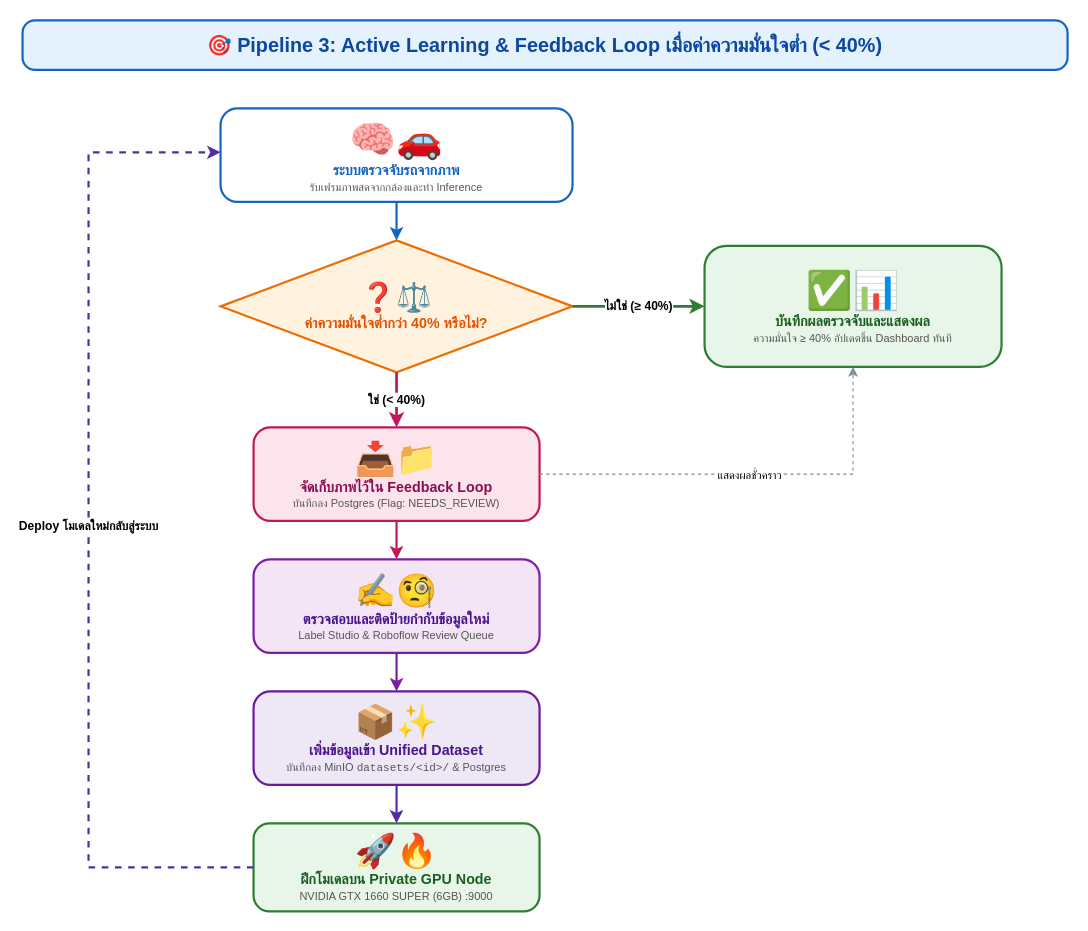
price-of-sungkhanakharin/mini-pro-eco keeps this draw.io diagram as page "4. Active Learning & Feedback Loop" (4 of 7) of diagrams/overviews.drawio. Above is the earlier version. Source tidied: cells renumbered, new cells numbered last; positions are measured from the earlier drawing's top-left corner, leaving out a move shared by most shapes. Both pictures are drawn from the tidied source at 110%, with x=0, y=0 at pixel (22, 20).
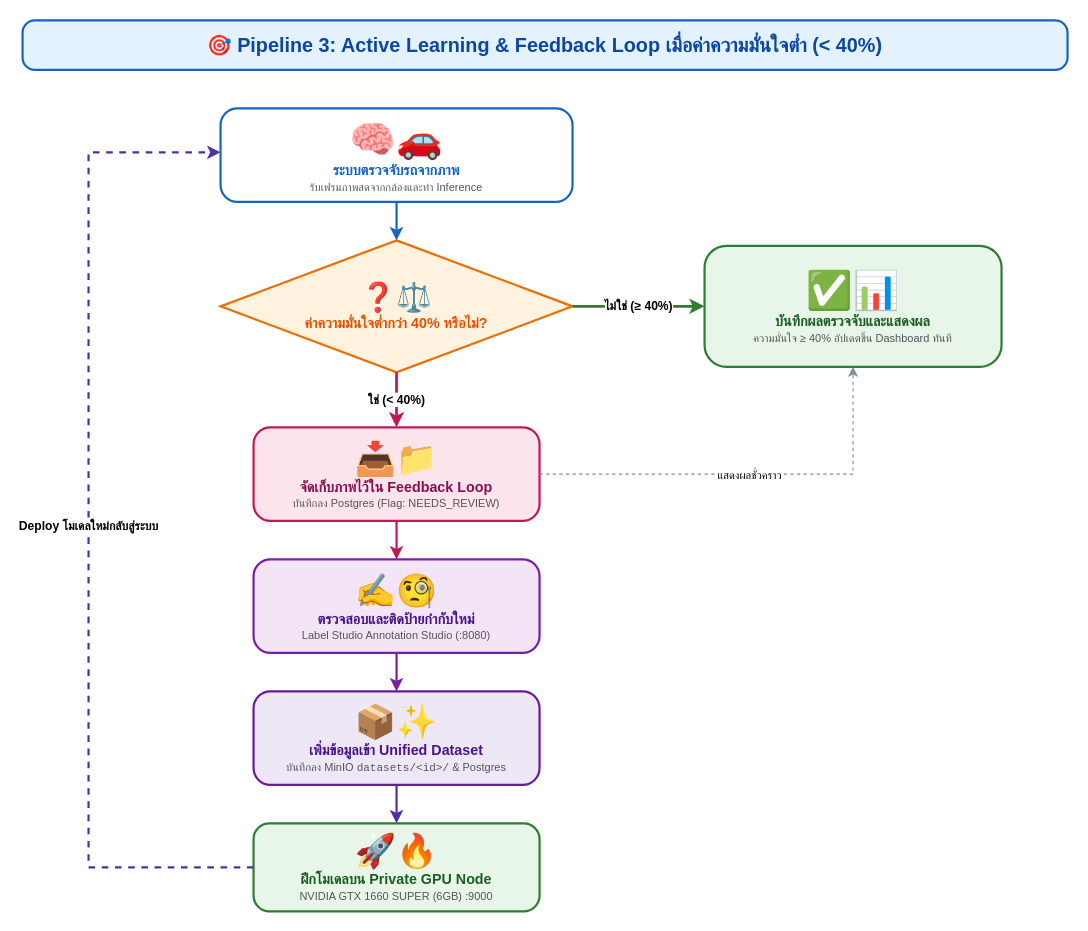
Above is the later version.

Commit message (it also covers changes not shown here):
docs(diagrams): update overviews.drawio to accurately reflect real architecture (Private GPU node, YOLO, dotBlue AI LLM, Label Studio on-prem)

Diff of the diagram source:
```diff
@@
-    <mxCell id="7" value="&lt;div style='text-align:center;'&gt;&lt;span style='font-size:30px;'&gt;✍️🧐&lt;/span&gt;&lt;br/&gt;&lt;b style='font-size:13px;color:#4A148C;'&gt;ตรวจสอบและติดป้ายกำกับข้อมูลใหม่&lt;/b&gt;&lt;br/&gt;&lt;span style='font-size:10px;color:#555;'&gt;Label Studio &amp; Roboflow Review Queue&lt;/span&gt;&lt;/div&gt;" style="rounded=1;whiteSpace=wrap;html=1;fillColor=#F3E5F5;strokeColor=#7B1FA2;strokeWidth=2;arcSize=18;" parent="1" vertex="1">
+    <mxCell id="7" value="&lt;div style='text-align:center;'&gt;&lt;span style='font-size:30px;'&gt;✍️🧐&lt;/span&gt;&lt;br/&gt;&lt;b style='font-size:13px;color:#4A148C;'&gt;ตรวจสอบและติดป้ายกำกับใหม่&lt;/b&gt;&lt;br/&gt;&lt;span style='font-size:10px;color:#555;'&gt;Label Studio Annotation Studio (:8080)&lt;/span&gt;&lt;/div&gt;" style="rounded=1;whiteSpace=wrap;html=1;fillColor=#F3E5F5;strokeColor=#7B1FA2;strokeWidth=2;arcSize=18;" parent="1" vertex="1">
       <mxGeometry x="210" y="490" width="260" height="85" as="geometry" />
     </mxCell>
```
